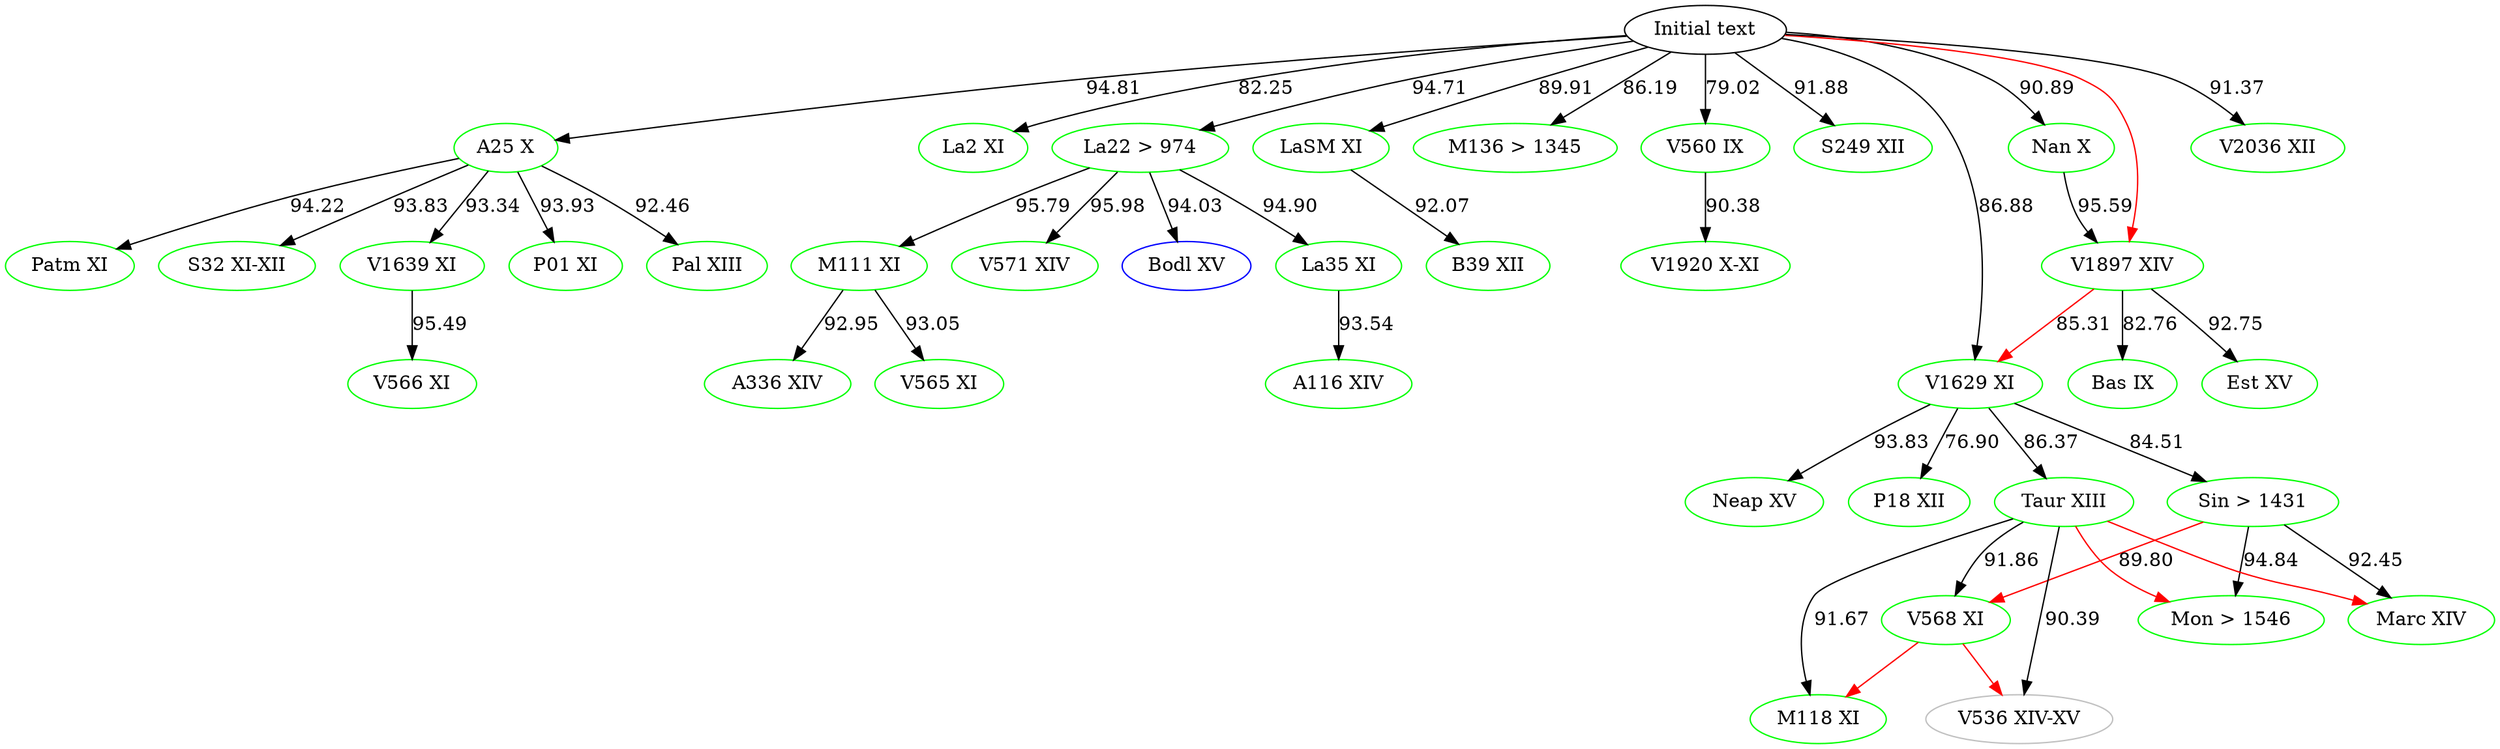
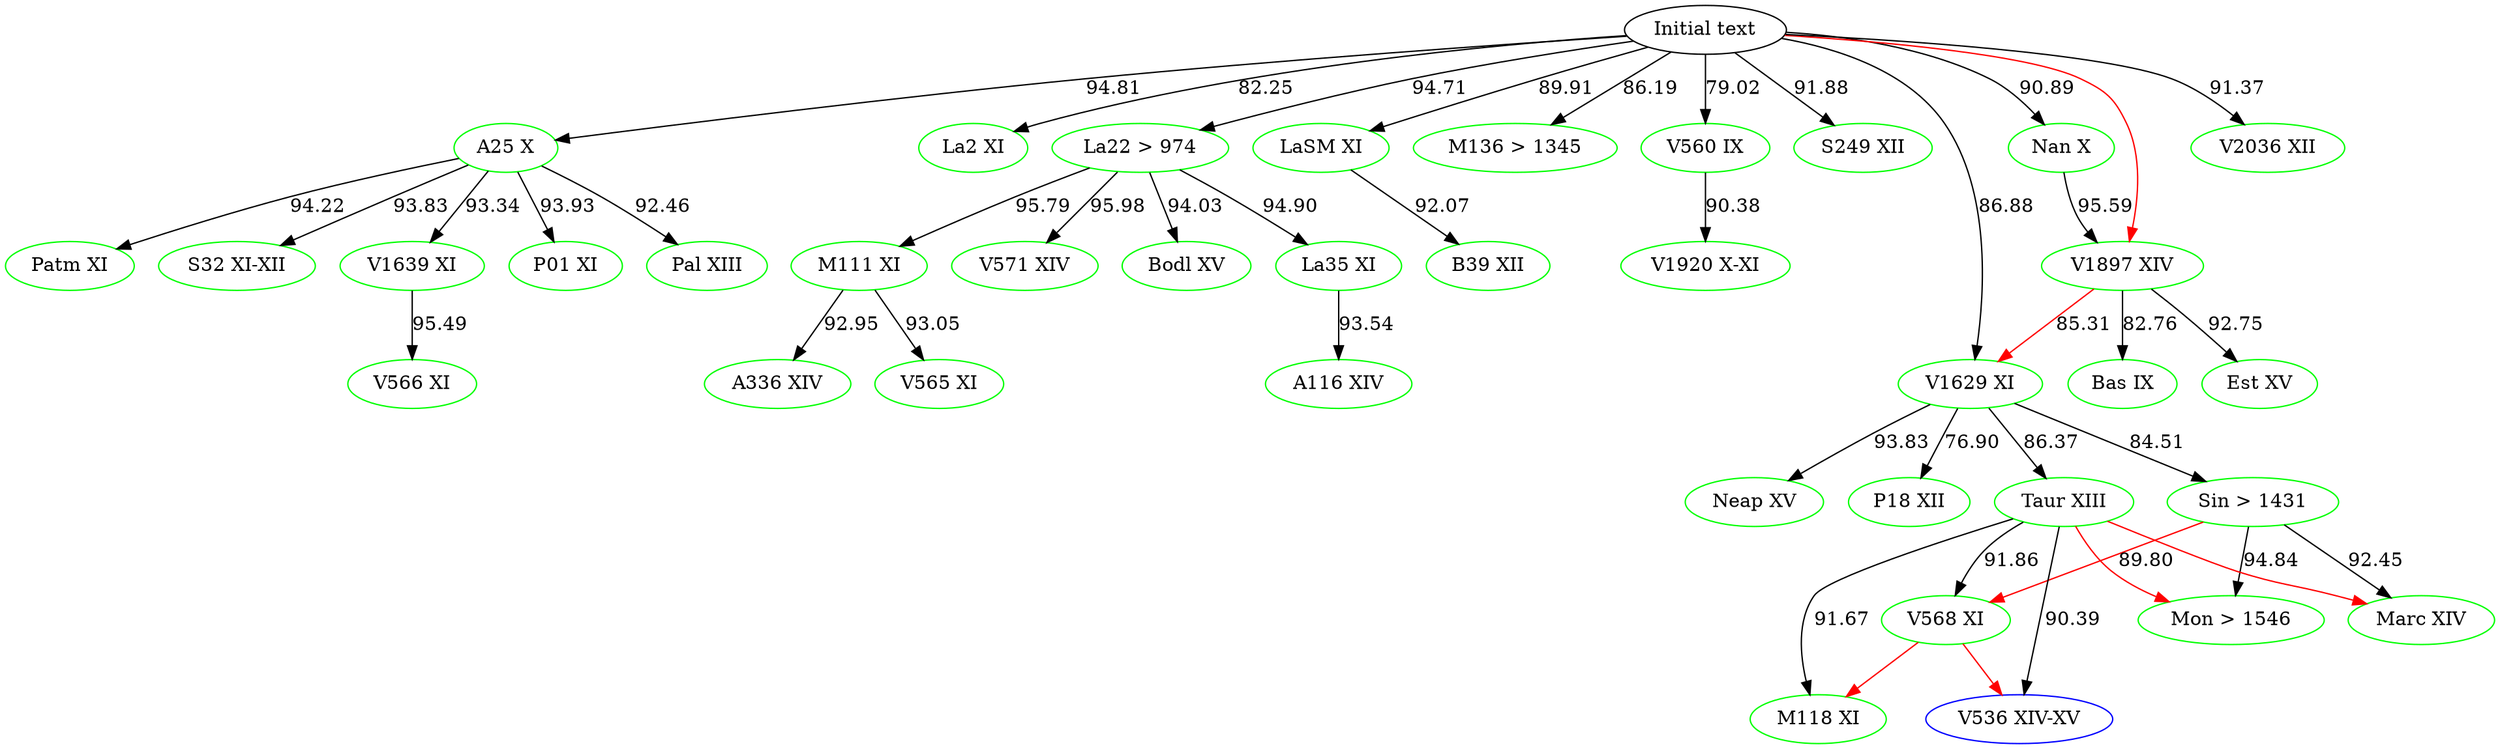
digraph {

    #Top [color="black", label="ω"]
    aBase [color="black", label="Initial text"]
    # Top [color="black", label="Initial text"]
	A116 [label="A116 XIV", color="green"]
	A25 [label="A25 X", color="green"]
	A336 [label="A336 XIV", color="green"]
	B39 [label="B39 XII", color="green"]
	Bas [label="Bas IX", color="green"]
- 	Bodl [label="Bodl XV", color="blue"]
+ 	Bodl [label="Bodl XV", color="green"]
	Est [label="Est XV", color="green"]
	La2 [label="La2 XI", color="green"]
	La22 [label="La22 > 974", color="green"]
	La35 [label="La35 XI", color="green"]
	LaSM [label="LaSM XI", color="green"]
	M111 [label="M111 XI", color="green"]
    M118 [label="M118 XI", color="green"]
    M136 [label="M136 > 1345", color="green"]
    Marc [label="Marc XIV", color="green"]
    Mon [label="Mon > 1546", color="green"]
	Nan [label="Nan X", color="green"]
    Neap [label="Neap XV", color="green"]
    P01 [label="P01 XI", color="green"]
    P18 [label="P18 XII", color="green"]
	Pal [label="Pal XIII", color="green"]
	Patm [label="Patm XI", color="green"]
    Sin [label="Sin > 1431", color="green"]
	S32 [label="S32 XI-XII", color="green"]
    S249 [label="S249 XII", color="green"]
    Taur [label="Taur XIII", color="green"]
-     V536 [label="V536 XIV-XV", color="grey"]
+     V536 [label="V536 XIV-XV", color="blue"]
	V560 [label="V560 IX", color="green"]
	V565 [label="V565 XI", color="green"]
	V566 [label="V566 XI", color="green"]
	V568 [label="V568 XI", color="green"]
	V571 [label="V571 XIV", color="green"]
    V1629 [label="V1629 XI", color="green"]
	V1639 [label="V1639 XI", color="green"]
	V1897 [label="V1897 XIV", color="green"]
	V1920 [label="V1920 X-XI", color="green"]
    V2036 [label="V2036 XII", color="green"]




    #Top -> aBase
    aBase -> A25 [label="94.81"]
    aBase -> M136 [label="86.19"]
    aBase -> V2036 [label="91.37"]
    # V2036 -> Patm [label="91.14", color="blue"]
    aBase -> V1629 [label="86.88"]
    aBase -> V560[label="79.02"]
    aBase -> La2 [label="82.25"]
    aBase -> S249 [label="91.88"]
    aBase -> LaSM [label="89.91"]
	aBase -> La22 [label="94.71"]
    aBase -> Nan [label="90.89"]

	# A25 -> M136 [label="85.50"]
    # M136 -> A25 [label="85.50" color="blue"]
	A25 -> Pal [label="92.46"]
	A25 -> P01 [label="93.93"]
    A25 -> V1639 [label="93.34"]
    A25 -> S32 [label="93.83"]
    A25 -> Patm [label="94.22"]

    #A25 -> La2 [color="red"]
    #A25 -> V566[color="red"]
    #A25 -> LaSM[color="red"]
    #A25 -> La22[color="red"]
    #A25 -> M136[color="red"]
    #A25 -> Nan[color="red"]
    #A25 -> S249[color="red"]
    #A25 -> V2036[color="red"]

    #aBase -> P01 [color="red"]
    #aBase -> Pal [color="red"]
    #aBase -> Patm [color="red"]
    #aBase -> La35[color="red"]
    #aBase -> B39[color="red"]
    #aBase -> V1920[color="red"]
    aBase -> V1897[color="red"]
    #aBase -> Neap[color="red"]

    #Bodl -> V1639[color="red"]
    #Patm -> S32[color="red"]
    #Patm -> V560[color="red"]

    #La22 -> A116[color="red"]
    #La22 -> V565[color="red"]
    #La22 -> A336[color="red"]

    Taur -> Mon[color="red"]
    Taur -> Marc[color="red"]

    Sin -> V568[label="89.80" color="red"]

    V568 -> V536[color="red"]
    V568 -> M118[color="red"]

    #V571 -> Bodl[color="red"]
    #M111 -> V571[color="red"]
    #La35 -> M111[color="red"]
    V1897 -> V1629[label="85.31" color="red"]
    #Nan -> Bas[color="red"]
    #Nan -> Est[color="red"]
    #Neap -> Taur[color="red"]
    #Neap -> Sin[color="red"]
   #Neap -> P18[color="red"]




	V1639 -> V566 [label="95.49"]

	La22 -> La35 [label= "94.90"]
	La22 -> M111 [label="95.79"]
	La22 -> Bodl [label="94.03"]
    La22 -> V571 [label="95.98"]

	La35 -> A116 [label="93.54"]

	M111 -> V565 [label="93.05"]
	M111 -> A336 [label="92.95"]



	Sin -> Marc [label="92.45"]

	V1629 -> Neap [label="93.83"]
	V1629 -> Sin [label="84.51"]
	V1629 -> Taur [label="86.37"]
    V1629 -> P18 [label="76.90"]

	Taur -> V568 [label="91.86"]
	Taur -> M118 [label="91.67"]
	Taur -> V536 [label="90.39"]
    # Taur -> Marc [color="blue" label="91.96"]
    # Marc -> Mon [color="blue" label="94.12"]
	Sin -> Mon [label="94.84"]

	V560 -> V1920 [label="90.38"]

	V1897 -> Est [label="92.75"]
    V1897 -> Bas [label="82.76"]

    Nan -> V1897 [label="95.59"]



    LaSM -> B39 [label="92.07"]



}

